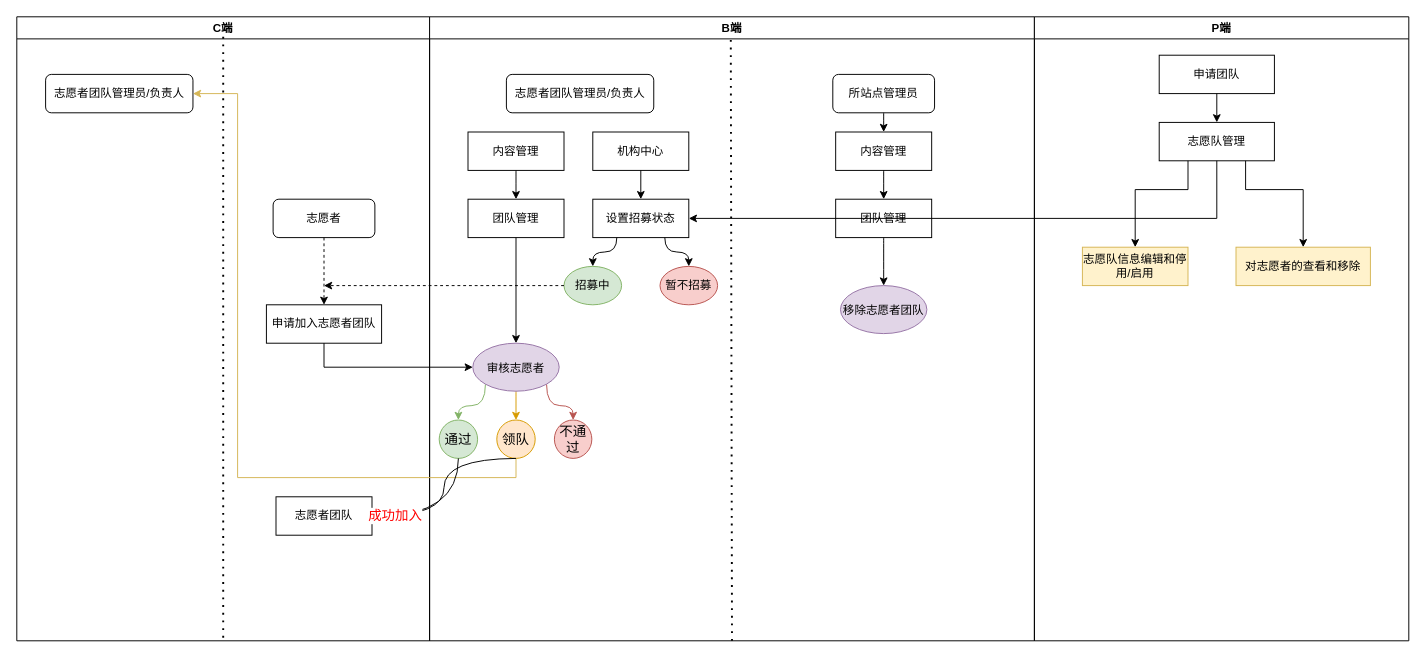
KZ137onethe/hello-world keeps this draw.io diagram as 志愿者团队.drawio. Above is the earlier version. Source tidied: cells renumbered, new cells numbered last; positions are measured from the earlier drawing's top-left corner, leaving out a move shared by most shapes. Both pictures are drawn from the tidied source at 96%, with x=0, y=0 at pixel (16, 16).
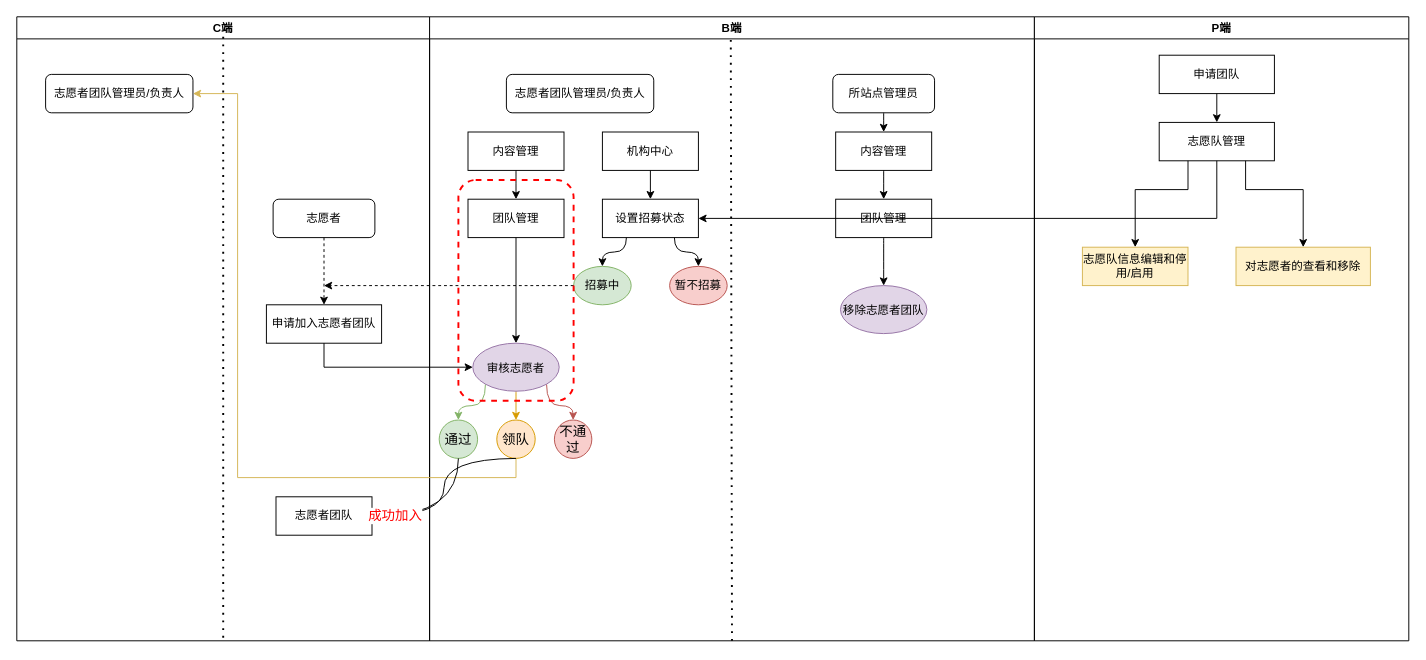
After the change.

Commit message:
更新志愿者团队.drawio

Unchanged cells that the change refers to:
```xml
<mxCell id="8" value="B端" style="swimlane;" parent="1" vertex="1">
  <mxGeometry x="430" width="630" height="650" as="geometry" />
</mxCell>
```

Diff of the diagram source:
```diff
@@
     <mxCell id="9" value="机构中心" style="rounded=0;whiteSpace=wrap;html=1;" parent="8" vertex="1">
-      <mxGeometry x="170" y="120" width="100" height="40" as="geometry" />
+      <mxGeometry x="180" y="120" width="100" height="40" as="geometry" />
     </mxCell>
     <mxCell id="10" value="设置招募状态" style="rounded=0;whiteSpace=wrap;html=1;" parent="8" vertex="1">
-      <mxGeometry x="170" y="190" width="100" height="40" as="geometry" />
+      <mxGeometry x="180" y="190" width="100" height="40" as="geometry" />
     </mxCell>
@@
     <mxCell id="12" value="招募中" style="ellipse;whiteSpace=wrap;html=1;fillColor=#d5e8d4;strokeColor=#82b366;" parent="8" vertex="1">
-      <mxGeometry x="140" y="260" width="60" height="40" as="geometry" />
+      <mxGeometry x="150" y="260" width="60" height="40" as="geometry" />
     </mxCell>
     <mxCell id="13" value="暂不招募" style="ellipse;whiteSpace=wrap;html=1;fillColor=#f8cecc;strokeColor=#b85450;" parent="8" vertex="1">
-      <mxGeometry x="240" y="260" width="60" height="40" as="geometry" />
+      <mxGeometry x="250" y="260" width="60" height="40" as="geometry" />
     </mxCell>
@@
+    <mxCell id="52" style="rounded=1;whiteSpace=wrap;html=1;fillColor=none;strokeWidth=2;dashed=1;strokeColor=#FF0000;" parent="1" vertex="1">
+      <mxGeometry x="460" y="170" width="120" height="230" as="geometry" />
+    </mxCell>
```
